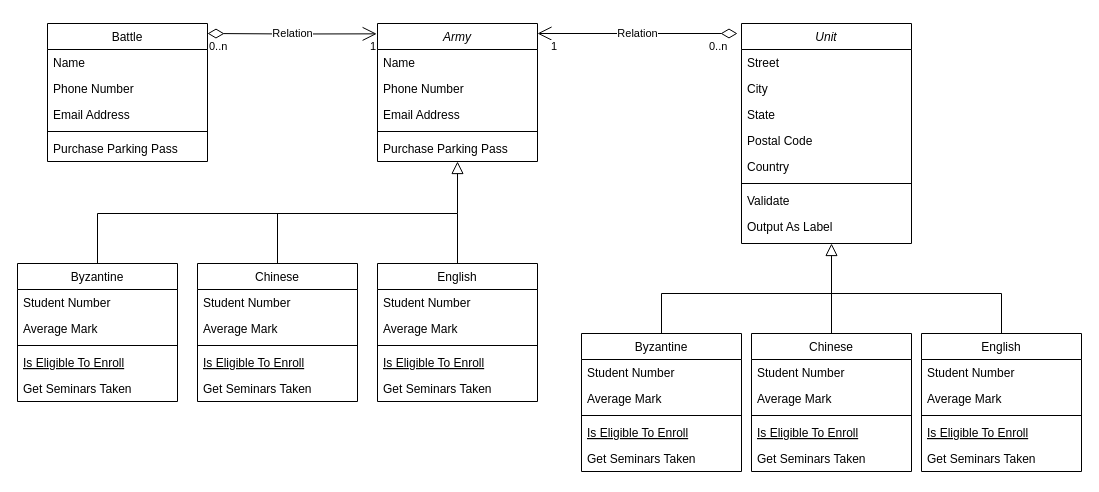
The draw.io diagram Untitled Diagram.drawio in GChicote/challenge_amalgama, before the edit. Source tidied: cells renumbered, new cells numbered last; positions are measured from the earlier drawing's top-left corner, leaving out a move shared by most shapes. Both pictures are drawn from the tidied source at 100%, with x=0, y=0 at pixel (17, 23).
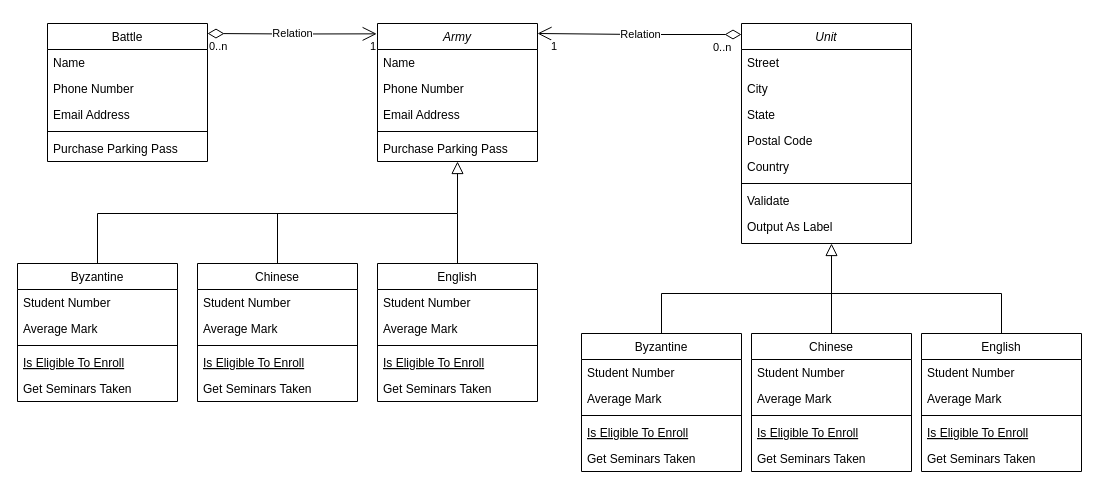
The same page after the edit.

Unchanged cells that the change refers to:
```xml
<mxCell id="15" value="Unit" style="swimlane;fontStyle=2;align=center;verticalAlign=top;horizontal=1;startSize=26;rounded=0;shadow=0;strokeWidth=1;" parent="1" vertex="1">
  <mxGeometry x="724" width="170" height="220" as="geometry" />
</mxCell>
```

Diff of the diagram source:
```diff
@@
-    <mxCell id="70" value="Relation" style="endArrow=open;html=1;endSize=12;startArrow=diamondThin;startSize=14;startFill=0;edgeStyle=orthogonalEdgeStyle;" parent="1" edge="1">
+    <mxCell id="70" value="Relation" style="endArrow=open;html=1;endSize=12;startArrow=diamondThin;startSize=14;startFill=0;edgeStyle=orthogonalEdgeStyle;exitX=0;exitY=0.05;exitDx=0;exitDy=0;exitPerimeter=0;" parent="1" edge="1" source="15">
       <mxGeometry relative="1" as="geometry">
-        <mxPoint x="720" y="10" as="sourcePoint" />
         <mxPoint x="520" y="10" as="targetPoint" />
       </mxGeometry>
     </mxCell>
```
